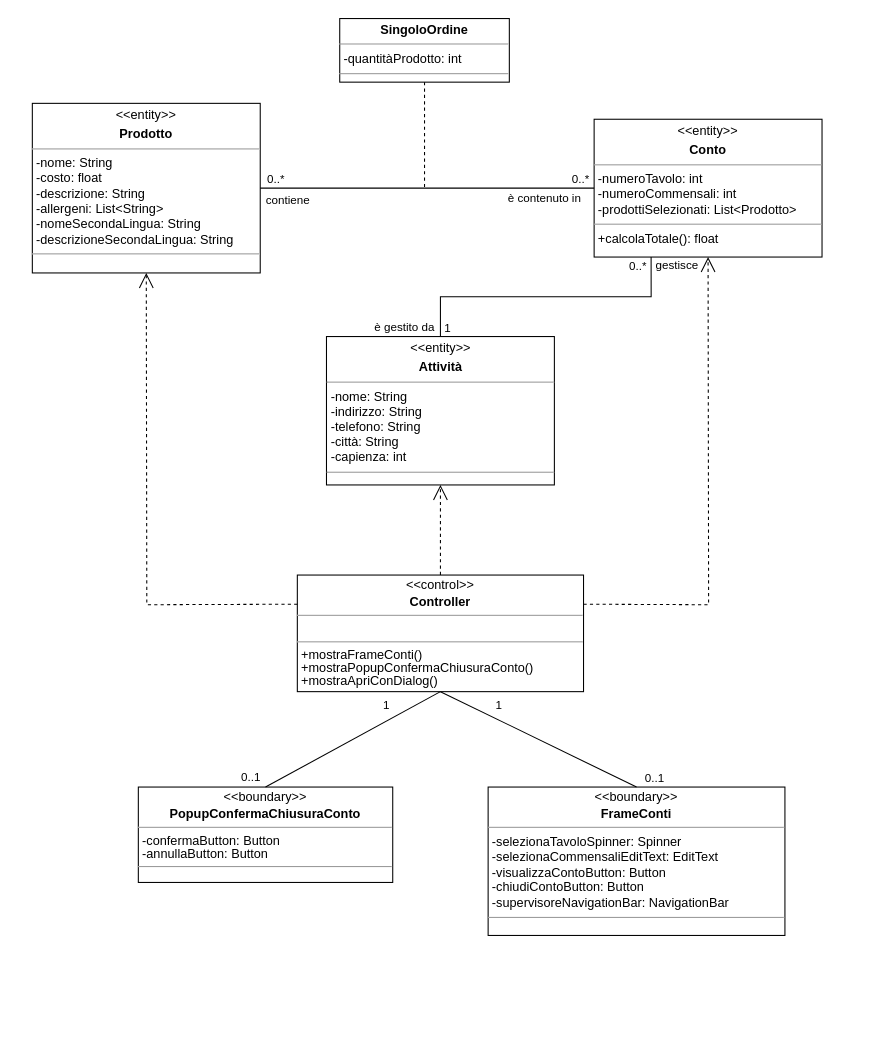
Before: Documentazione/Class Diagram/Analisi/drawio/Analysis Class Diagram - Gestisce Conto.drawio in vittorioruggiero/Progetto-IngSw, a draw.io diagram. Source tidied: cells renumbered, new cells numbered last; positions are measured from the earlier drawing's top-left corner, leaving out a move shared by most shapes. Both pictures are drawn from the tidied source at 106%, with x=0, y=0 at pixel (32, 18).
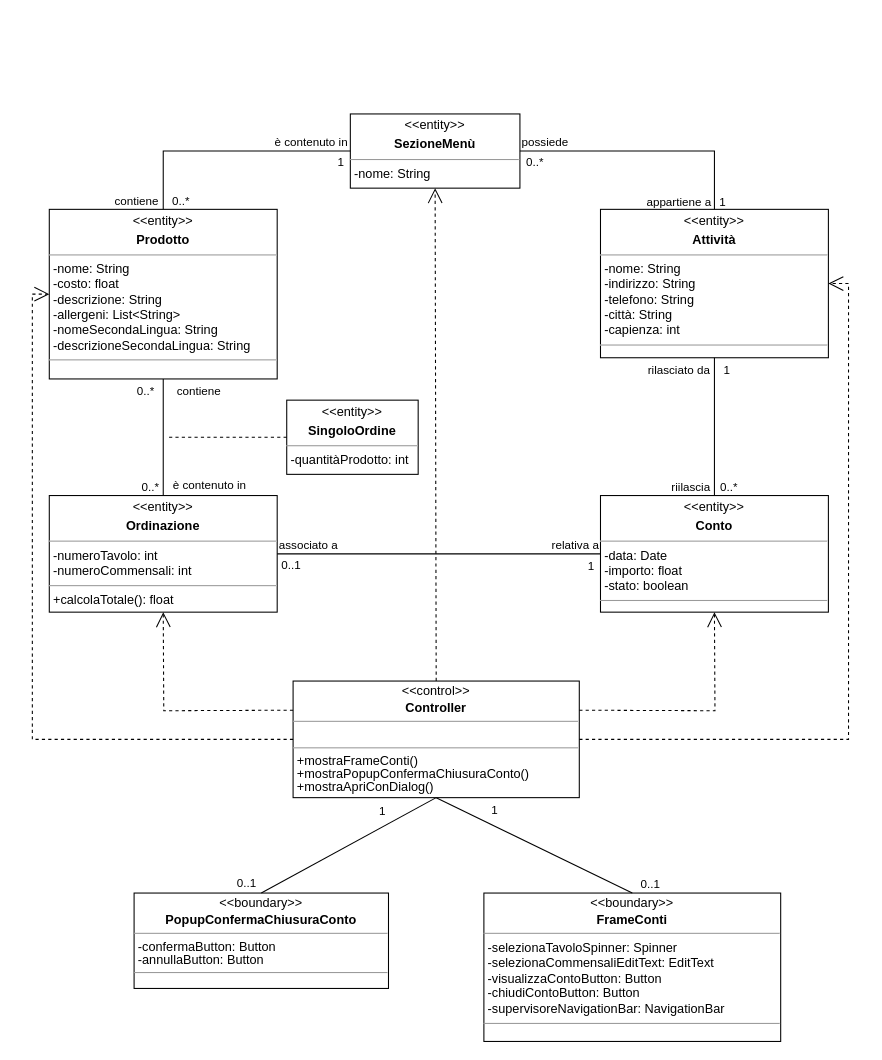
The same diagram, later.

Unchanged cells that the change refers to:
```xml
<mxCell id="8" style="endArrow=none;html=1;rounded=0;entryX=0.5;entryY=1;entryDx=0;entryDy=0;exitX=0.5;exitY=0;exitDx=0;exitDy=0;" parent="1" edge="1" source="2" target="4">
  <mxGeometry relative="1" as="geometry" />
</mxCell>
```

Diff of the diagram source:
```diff
@@
     <mxCell id="2" value="&lt;p style=&quot;margin: 4px 0px 0px; text-align: center; line-height: 100%;&quot;&gt;&amp;lt;&amp;lt;boundary&amp;gt;&amp;gt;&lt;/p&gt;&lt;p style=&quot;margin: 4px 0px 0px; text-align: center; line-height: 100%;&quot;&gt;&lt;b&gt;FrameConti&lt;/b&gt;&lt;/p&gt;&lt;hr size=&quot;1&quot;&gt;&lt;p style=&quot;border-color: var(--border-color); margin: 0px 0px 0px 4px;&quot;&gt;&lt;span style=&quot;background-color: initial;&quot;&gt;-selezionaTavoloSpinner: Spinner&lt;/span&gt;&lt;/p&gt;&lt;p style=&quot;border-color: var(--border-color); margin: 0px 0px 0px 4px;&quot;&gt;-selezionaCommensaliEditText: EditText&lt;/p&gt;&lt;p style=&quot;border-color: var(--border-color); margin: 0px 0px 0px 4px;&quot;&gt;-visualizzaContoButton: Button&lt;/p&gt;&lt;p style=&quot;border-color: var(--border-color); margin: 0px 0px 0px 4px;&quot;&gt;-chiudiContoButton: Button&lt;/p&gt;&lt;p style=&quot;margin:0px;margin-left:4px;&quot;&gt;-supervisoreNavigationBar: NavigationBar&lt;/p&gt;&lt;hr size=&quot;1&quot;&gt;&lt;p style=&quot;margin:0px;margin-left:4px;&quot;&gt;&lt;br&gt;&lt;/p&gt;" style="verticalAlign=top;align=left;overflow=fill;fontSize=12;fontFamily=Helvetica;html=1;spacing=2;" parent="1" vertex="1">
-      <mxGeometry x="430" y="725" width="280" height="140" as="geometry" />
+      <mxGeometry x="426" y="825" width="280" height="140" as="geometry" />
     </mxCell>
     <mxCell id="3" value="&lt;p style=&quot;margin: 4px 0px 0px; text-align: center; line-height: 100%;&quot;&gt;&amp;lt;&amp;lt;boundary&amp;gt;&amp;gt;&lt;/p&gt;&lt;p style=&quot;margin: 4px 0px 0px; text-align: center; line-height: 100%;&quot;&gt;&lt;b&gt;PopupConfermaChiusuraConto&lt;/b&gt;&lt;/p&gt;&lt;hr style=&quot;line-height: 100%;&quot; size=&quot;1&quot;&gt;&lt;p style=&quot;margin: 0px 0px 0px 4px; line-height: 100%;&quot;&gt;&lt;span style=&quot;background-color: initial;&quot;&gt;-confermaButton: Button&lt;/span&gt;&lt;br&gt;&lt;/p&gt;&lt;p style=&quot;margin: 0px 0px 0px 4px; line-height: 100%;&quot;&gt;-annullaButton: Button&lt;/p&gt;&lt;hr style=&quot;line-height: 100%;&quot; size=&quot;1&quot;&gt;&lt;p style=&quot;margin: 0px 0px 0px 4px; line-height: 100%;&quot;&gt;&lt;br&gt;&lt;/p&gt;" style="verticalAlign=top;align=left;overflow=fill;fontSize=12;fontFamily=Helvetica;html=1;" parent="1" vertex="1">
-      <mxGeometry x="100" y="725" width="240" height="90" as="geometry" />
+      <mxGeometry x="96" y="825" width="240" height="90" as="geometry" />
     </mxCell>
     <mxCell id="4" value="&lt;p style=&quot;margin: 4px 0px 0px; text-align: center; line-height: 100%;&quot;&gt;&amp;lt;&amp;lt;control&amp;gt;&amp;gt;&lt;/p&gt;&lt;p style=&quot;margin: 4px 0px 0px; text-align: center; line-height: 100%;&quot;&gt;&lt;b&gt;Controller&lt;/b&gt;&lt;/p&gt;&lt;hr size=&quot;1&quot;&gt;&lt;p style=&quot;margin: 0px 0px 0px 4px; line-height: 100%;&quot;&gt;&lt;br&gt;&lt;/p&gt;&lt;hr size=&quot;1&quot;&gt;&lt;p style=&quot;margin: 0px 0px 0px 4px; line-height: 100%;&quot;&gt;&lt;span style=&quot;background-color: initial;&quot;&gt;+mostraFrameConti()&lt;/span&gt;&lt;br&gt;&lt;/p&gt;&lt;p style=&quot;margin: 0px 0px 0px 4px; line-height: 100%;&quot;&gt;+mostraPopupConfermaChiusuraConto()&lt;/p&gt;&lt;p style=&quot;margin: 0px 0px 0px 4px; line-height: 100%;&quot;&gt;+mostraApriConDialog()&lt;/p&gt;&lt;p style=&quot;margin: 0px 0px 0px 4px; line-height: 100%;&quot;&gt;&lt;br&gt;&lt;/p&gt;" style="verticalAlign=top;align=left;overflow=fill;fontSize=12;fontFamily=Helvetica;html=1;" parent="1" vertex="1">
-      <mxGeometry x="250" y="525" width="270" height="110" as="geometry" />
+      <mxGeometry x="246" y="625" width="270" height="110" as="geometry" />
     </mxCell>
@@
     <mxCell id="10" value="1" style="edgeLabel;html=1;align=center;verticalAlign=middle;" parent="8" vertex="1">
       <mxGeometry x="0.57" relative="1" as="geometry">
-        <mxPoint x="14" y="-7" as="offset" />
+        <mxPoint x="14" y="-8" as="offset" />
       </mxGeometry>
     </mxCell>
-    <mxCell id="11" value="&lt;p style=&quot;text-align: center; margin: 4px 0px 0px;&quot;&gt;&amp;lt;&amp;lt;entity&amp;gt;&amp;gt;&lt;/p&gt;&lt;p style=&quot;text-align: center; margin: 4px 0px 0px;&quot;&gt;&lt;b&gt;Conto&lt;/b&gt;&lt;/p&gt;&lt;hr size=&quot;1&quot;&gt;&lt;p style=&quot;margin:0px;margin-left:4px;&quot;&gt;-numeroTavolo: int&lt;/p&gt;&lt;p style=&quot;margin:0px;margin-left:4px;&quot;&gt;-numeroCommensali: int&lt;/p&gt;&lt;p style=&quot;margin:0px;margin-left:4px;&quot;&gt;-prodottiSelezionati: List&amp;lt;Prodotto&amp;gt;&lt;/p&gt;&lt;hr size=&quot;1&quot;&gt;&lt;p style=&quot;margin:0px;margin-left:4px;&quot;&gt;+calcolaTotale(): float&lt;/p&gt;" style="verticalAlign=top;align=left;overflow=fill;fontSize=12;fontFamily=Helvetica;html=1;" parent="1" vertex="1">
-      <mxGeometry x="530" y="95" width="215" height="130" as="geometry" />
+    <mxCell id="11" value="&lt;p style=&quot;text-align: center; margin: 4px 0px 0px;&quot;&gt;&amp;lt;&amp;lt;entity&amp;gt;&amp;gt;&lt;/p&gt;&lt;p style=&quot;text-align: center; margin: 4px 0px 0px;&quot;&gt;&lt;b&gt;Ordinazione&lt;/b&gt;&lt;/p&gt;&lt;hr size=&quot;1&quot;&gt;&lt;p style=&quot;margin:0px;margin-left:4px;&quot;&gt;-numeroTavolo: int&lt;/p&gt;&lt;p style=&quot;margin:0px;margin-left:4px;&quot;&gt;-numeroCommensali: int&lt;/p&gt;&lt;hr size=&quot;1&quot;&gt;&lt;p style=&quot;margin:0px;margin-left:4px;&quot;&gt;+calcolaTotale(): float&lt;/p&gt;" style="verticalAlign=top;align=left;overflow=fill;fontSize=12;fontFamily=Helvetica;html=1;" parent="1" vertex="1">
+      <mxGeometry x="16" y="450" width="215" height="110" as="geometry" />
     </mxCell>
     <mxCell id="12" value="&lt;p style=&quot;margin:0px;margin-top:4px;text-align:center;&quot;&gt;&amp;lt;&amp;lt;entity&amp;gt;&amp;gt;&lt;/p&gt;&lt;p style=&quot;margin:0px;margin-top:4px;text-align:center;&quot;&gt;&lt;b&gt;Prodotto&lt;/b&gt;&lt;/p&gt;&lt;hr size=&quot;1&quot;&gt;&lt;p style=&quot;margin:0px;margin-left:4px;&quot;&gt;-nome: String&lt;br&gt;&lt;/p&gt;&lt;p style=&quot;margin:0px;margin-left:4px;&quot;&gt;-costo: float&lt;/p&gt;&lt;p style=&quot;margin:0px;margin-left:4px;&quot;&gt;-descrizione: String&lt;/p&gt;&lt;p style=&quot;margin:0px;margin-left:4px;&quot;&gt;-allergeni: List&amp;lt;String&amp;gt;&lt;/p&gt;&lt;p style=&quot;margin:0px;margin-left:4px;&quot;&gt;-nomeSecondaLingua: String&lt;/p&gt;&lt;p style=&quot;margin:0px;margin-left:4px;&quot;&gt;-descrizioneSecondaLingua: String&lt;/p&gt;&lt;hr size=&quot;1&quot;&gt;&lt;p style=&quot;margin:0px;margin-left:4px;&quot;&gt;&lt;br&gt;&lt;/p&gt;" style="verticalAlign=top;align=left;overflow=fill;fontSize=12;fontFamily=Helvetica;html=1;" parent="1" vertex="1">
-      <mxGeometry y="80" width="215" height="160" as="geometry" />
+      <mxGeometry x="16" y="180" width="215" height="160" as="geometry" />
     </mxCell>
-    <mxCell id="13" style="endArrow=none;html=1;edgeStyle=orthogonalEdgeStyle;rounded=0;entryX=0;entryY=0.5;entryDx=0;entryDy=0;exitX=1;exitY=0.5;exitDx=0;exitDy=0;" parent="1" edge="1" source="12" target="11">
+    <mxCell id="13" style="endArrow=none;html=1;edgeStyle=orthogonalEdgeStyle;rounded=0;entryX=0.5;entryY=0;entryDx=0;entryDy=0;exitX=0.5;exitY=1;exitDx=0;exitDy=0;" parent="1" edge="1" source="12" target="11">
       <mxGeometry relative="1" as="geometry" />
     </mxCell>
     <mxCell id="14" value="0..*" style="edgeLabel;html=1;align=left;verticalAlign=bottom;labelBackgroundColor=none;" parent="13" vertex="1">
       <mxGeometry x="-1" relative="1" as="geometry">
-        <mxPoint x="5" as="offset" />
+        <mxPoint x="-27" y="20" as="offset" />
       </mxGeometry>
     </mxCell>
@@
     <mxCell id="16" value="contiene" style="edgeLabel;html=1;align=center;verticalAlign=middle;" parent="13" vertex="1">
       <mxGeometry x="-0.27" relative="1" as="geometry">
-        <mxPoint x="-90" y="10" as="offset" />
+        <mxPoint x="33" y="-29" as="offset" />
       </mxGeometry>
     </mxCell>
     <mxCell id="17" value="è contenuto in" style="edgeLabel;html=1;align=center;verticalAlign=middle;" parent="13" vertex="1">
       <mxGeometry x="0.68" y="-1" relative="1" as="geometry">
-        <mxPoint x="2" y="8" as="offset" />
+        <mxPoint x="44" y="7" as="offset" />
       </mxGeometry>
     </mxCell>
-    <mxCell id="18" value="&lt;p style=&quot;margin:0px;margin-top:4px;text-align:center;&quot;&gt;&lt;b&gt;SingoloOrdine&lt;/b&gt;&lt;/p&gt;&lt;hr size=&quot;1&quot;&gt;&lt;p style=&quot;margin:0px;margin-left:4px;&quot;&gt;-quantitàProdotto: int&lt;/p&gt;&lt;hr size=&quot;1&quot;&gt;&lt;p style=&quot;margin:0px;margin-left:4px;&quot;&gt;&lt;br&gt;&lt;/p&gt;" style="verticalAlign=top;align=left;overflow=fill;fontSize=12;fontFamily=Helvetica;html=1;labelBackgroundColor=none;" parent="1" vertex="1">
-      <mxGeometry x="290" width="160" height="60" as="geometry" />
+    <mxCell id="18" value="&lt;p style=&quot;margin:0px;margin-top:4px;text-align:center;&quot;&gt;&amp;lt;&amp;lt;entity&amp;gt;&amp;gt;&lt;/p&gt;&lt;p style=&quot;margin:0px;margin-top:4px;text-align:center;&quot;&gt;&lt;b&gt;SingoloOrdine&lt;/b&gt;&lt;/p&gt;&lt;hr size=&quot;1&quot;&gt;&lt;p style=&quot;margin:0px;margin-left:4px;&quot;&gt;-quantitàProdotto: int&lt;/p&gt;&lt;hr size=&quot;1&quot;&gt;&lt;p style=&quot;margin:0px;margin-left:4px;&quot;&gt;&lt;br&gt;&lt;/p&gt;" style="verticalAlign=top;align=left;overflow=fill;fontSize=12;fontFamily=Helvetica;html=1;labelBackgroundColor=none;" parent="1" vertex="1">
+      <mxGeometry x="240" y="360" width="124" height="70" as="geometry" />
     </mxCell>
-    <mxCell id="19" style="endArrow=none;html=1;rounded=0;dashed=1;exitX=0.5;exitY=1;exitDx=0;exitDy=0;" parent="1" edge="1" source="18">
+    <mxCell id="19" style="endArrow=none;html=1;rounded=0;dashed=1;exitX=0;exitY=0.5;exitDx=0;exitDy=0;" parent="1" edge="1" source="18">
       <mxGeometry relative="1" as="geometry">
-        <mxPoint x="370" y="160" as="targetPoint" />
+        <mxPoint x="126" y="395" as="targetPoint" />
       </mxGeometry>
     </mxCell>
+    <mxCell id="22" value="&lt;p style=&quot;margin:0px;margin-top:4px;text-align:center;&quot;&gt;&amp;lt;&amp;lt;entity&amp;gt;&amp;gt;&lt;/p&gt;&lt;p style=&quot;margin:0px;margin-top:4px;text-align:center;&quot;&gt;&lt;b&gt;Attività&lt;/b&gt;&lt;/p&gt;&lt;hr size=&quot;1&quot;&gt;&lt;p style=&quot;margin:0px;margin-left:4px;&quot;&gt;-nome: String&lt;br&gt;&lt;/p&gt;&lt;p style=&quot;margin:0px;margin-left:4px;&quot;&gt;-indirizzo: String&lt;/p&gt;&lt;p style=&quot;margin:0px;margin-left:4px;&quot;&gt;-telefono: String&lt;/p&gt;&lt;p style=&quot;margin:0px;margin-left:4px;&quot;&gt;-città: String&lt;/p&gt;&lt;p style=&quot;margin:0px;margin-left:4px;&quot;&gt;-capienza: int&lt;/p&gt;&lt;hr size=&quot;1&quot;&gt;&lt;p style=&quot;margin:0px;margin-left:4px;&quot;&gt;&lt;br&gt;&lt;/p&gt;" style="verticalAlign=top;align=left;overflow=fill;fontSize=12;fontFamily=Helvetica;html=1;" parent="1" vertex="1">
+      <mxGeometry x="536" y="180" width="215" height="140" as="geometry" />
+    </mxCell>
+    <mxCell id="29" value="&lt;p style=&quot;text-align: center; margin: 4px 0px 0px;&quot;&gt;&amp;lt;&amp;lt;entity&amp;gt;&amp;gt;&lt;/p&gt;&lt;p style=&quot;text-align: center; margin: 4px 0px 0px;&quot;&gt;&lt;b&gt;Conto&lt;/b&gt;&lt;/p&gt;&lt;hr size=&quot;1&quot;&gt;&lt;p style=&quot;margin:0px;margin-left:4px;&quot;&gt;-data: Date&lt;/p&gt;&lt;p style=&quot;margin:0px;margin-left:4px;&quot;&gt;-importo: float&lt;/p&gt;&lt;p style=&quot;margin:0px;margin-left:4px;&quot;&gt;-stato: boolean&lt;/p&gt;&lt;hr size=&quot;1&quot;&gt;&lt;p style=&quot;margin:0px;margin-left:4px;&quot;&gt;&lt;br&gt;&lt;/p&gt;" style="verticalAlign=top;align=left;overflow=fill;fontSize=12;fontFamily=Helvetica;html=1;" parent="1" vertex="1">
+      <mxGeometry x="536" y="450" width="215" height="110" as="geometry" />
+    </mxCell>
+    <mxCell id="30" style="endArrow=none;html=1;edgeStyle=orthogonalEdgeStyle;rounded=0;exitX=1;exitY=0.5;exitDx=0;exitDy=0;entryX=0;entryY=0.5;entryDx=0;entryDy=0;" parent="1" edge="1" source="11" target="29">
+      <mxGeometry relative="1" as="geometry" />
+    </mxCell>
+    <mxCell id="31" value="associato a" style="edgeLabel;html=1;align=left;verticalAlign=bottom;labelBackgroundColor=none;" parent="30" vertex="1">
+      <mxGeometry x="-1" relative="1" as="geometry" />
+    </mxCell>
+    <mxCell id="32" value="relativa a" style="edgeLabel;html=1;align=right;verticalAlign=bottom;labelBackgroundColor=none;" parent="30" vertex="1">
+      <mxGeometry x="1" relative="1" as="geometry">
+        <mxPoint x="-1" as="offset" />
+      </mxGeometry>
+    </mxCell>
+    <mxCell id="33" value="0..1" style="edgeLabel;html=1;align=center;verticalAlign=middle;labelBackgroundColor=none;" parent="30" vertex="1">
+      <mxGeometry x="-0.14" y="1" relative="1" as="geometry">
+        <mxPoint x="-119" y="11" as="offset" />
+      </mxGeometry>
+    </mxCell>
+    <mxCell id="34" value="1" style="edgeLabel;html=1;align=center;verticalAlign=middle;labelBackgroundColor=none;" parent="30" vertex="1">
+      <mxGeometry x="0.07" y="-2" relative="1" as="geometry">
+        <mxPoint x="132" y="9" as="offset" />
+      </mxGeometry>
+    </mxCell>
+    <mxCell id="35" style="endArrow=none;html=1;edgeStyle=orthogonalEdgeStyle;rounded=0;exitX=0.5;exitY=1;exitDx=0;exitDy=0;entryX=0.5;entryY=0;entryDx=0;entryDy=0;" parent="1" edge="1" source="22" target="29">
+      <mxGeometry relative="1" as="geometry" />
+    </mxCell>
+    <mxCell id="36" value="rilasciato da" style="edgeLabel;html=1;align=left;verticalAlign=bottom;labelBackgroundColor=none;" parent="35" vertex="1">
+      <mxGeometry x="-1" relative="1" as="geometry">
+        <mxPoint x="-65" y="20" as="offset" />
+      </mxGeometry>
+    </mxCell>
+    <mxCell id="37" value="riilascia" style="edgeLabel;html=1;align=right;verticalAlign=bottom;labelBackgroundColor=none;" parent="35" vertex="1">
+      <mxGeometry x="1" relative="1" as="geometry">
+        <mxPoint x="-4" as="offset" />
+      </mxGeometry>
+    </mxCell>
+    <mxCell id="38" value="0..*" style="edgeLabel;html=1;align=center;verticalAlign=middle;labelBackgroundColor=none;" parent="35" vertex="1">
+      <mxGeometry x="-0.25" y="-1" relative="1" as="geometry">
+        <mxPoint x="14" y="72" as="offset" />
+      </mxGeometry>
+    </mxCell>
+    <mxCell id="39" value="1" style="edgeLabel;html=1;align=center;verticalAlign=middle;labelBackgroundColor=none;" parent="35" vertex="1">
+      <mxGeometry x="-0.17" y="-1" relative="1" as="geometry">
+        <mxPoint x="12" y="-43" as="offset" />
+      </mxGeometry>
+    </mxCell>
+    <mxCell id="40" value="&lt;p style=&quot;margin:0px;margin-top:4px;text-align:center;&quot;&gt;&amp;lt;&amp;lt;entity&amp;gt;&amp;gt;&lt;/p&gt;&lt;p style=&quot;margin:0px;margin-top:4px;text-align:center;&quot;&gt;&lt;b&gt;SezioneMenù&lt;/b&gt;&lt;/p&gt;&lt;hr size=&quot;1&quot;&gt;&lt;p style=&quot;margin:0px;margin-left:4px;&quot;&gt;-nome: String&lt;/p&gt;&lt;hr size=&quot;1&quot;&gt;&lt;p style=&quot;margin:0px;margin-left:4px;&quot;&gt;&lt;br&gt;&lt;/p&gt;" style="verticalAlign=top;align=left;overflow=fill;fontSize=12;fontFamily=Helvetica;html=1;labelBackgroundColor=none;" parent="1" vertex="1">
+      <mxGeometry x="300" y="90" width="160" height="70" as="geometry" />
+    </mxCell>
+    <mxCell id="41" style="endArrow=none;html=1;edgeStyle=orthogonalEdgeStyle;rounded=0;exitX=0.5;exitY=0;exitDx=0;exitDy=0;entryX=0;entryY=0.5;entryDx=0;entryDy=0;" parent="1" edge="1" source="12" target="40">
+      <mxGeometry relative="1" as="geometry" />
+    </mxCell>
+    <mxCell id="42" value="contiene" style="edgeLabel;html=1;align=left;verticalAlign=bottom;labelBackgroundColor=none;" parent="41" vertex="1">
+      <mxGeometry x="-1" relative="1" as="geometry">
+        <mxPoint x="-48" as="offset" />
+      </mxGeometry>
+    </mxCell>
+    <mxCell id="43" value="è contenuto in" style="edgeLabel;html=1;align=right;verticalAlign=bottom;labelBackgroundColor=none;" parent="41" vertex="1">
+      <mxGeometry x="1" relative="1" as="geometry">
+        <mxPoint x="-3" as="offset" />
+      </mxGeometry>
+    </mxCell>
+    <mxCell id="44" value="0..*" style="edgeLabel;html=1;align=center;verticalAlign=middle;labelBackgroundColor=none;" parent="41" vertex="1">
+      <mxGeometry x="-0.64" y="-1" relative="1" as="geometry">
+        <mxPoint x="15" y="33" as="offset" />
+      </mxGeometry>
+    </mxCell>
+    <mxCell id="45" value="1" style="edgeLabel;html=1;align=center;verticalAlign=middle;labelBackgroundColor=none;" parent="41" vertex="1">
+      <mxGeometry x="-0.11" y="1" relative="1" as="geometry">
+        <mxPoint x="119" y="11" as="offset" />
+      </mxGeometry>
+    </mxCell>
+    <mxCell id="46" style="endArrow=none;html=1;edgeStyle=orthogonalEdgeStyle;rounded=0;exitX=1;exitY=0.5;exitDx=0;exitDy=0;entryX=0.5;entryY=0;entryDx=0;entryDy=0;" parent="1" edge="1" source="40" target="22">
+      <mxGeometry relative="1" as="geometry" />
+    </mxCell>
+    <mxCell id="47" value="possiede" style="edgeLabel;html=1;align=left;verticalAlign=bottom;labelBackgroundColor=none;" parent="46" vertex="1">
+      <mxGeometry x="-1" relative="1" as="geometry" />
+    </mxCell>
+    <mxCell id="48" value="appartiene a" style="edgeLabel;html=1;align=right;verticalAlign=bottom;labelBackgroundColor=none;" parent="46" vertex="1">
+      <mxGeometry x="1" relative="1" as="geometry">
+        <mxPoint x="-3" as="offset" />
+      </mxGeometry>
+    </mxCell>
+    <mxCell id="49" value="0..*" style="edgeLabel;html=1;align=center;verticalAlign=middle;labelBackgroundColor=none;" parent="46" vertex="1">
+      <mxGeometry x="-0.03" y="-1" relative="1" as="geometry">
+        <mxPoint x="-103" y="9" as="offset" />
+      </mxGeometry>
+    </mxCell>
+    <mxCell id="50" value="1" style="edgeLabel;html=1;align=center;verticalAlign=middle;labelBackgroundColor=none;" parent="46" vertex="1">
+      <mxGeometry x="-0.05" y="1" relative="1" as="geometry">
+        <mxPoint x="77" y="48" as="offset" />
+      </mxGeometry>
+    </mxCell>
-    <mxCell id="20" style="endArrow=open;endSize=12;dashed=1;html=1;rounded=0;exitX=1;exitY=0.25;exitDx=0;exitDy=0;entryX=0.5;entryY=1;entryDx=0;entryDy=0;" parent="1" edge="1" source="4" target="11">
+    <mxCell id="20" style="endArrow=open;endSize=12;dashed=1;html=1;rounded=0;exitX=0;exitY=0.25;exitDx=0;exitDy=0;entryX=0.5;entryY=1;entryDx=0;entryDy=0;" parent="1" edge="1" source="4" target="11">
       <mxGeometry relative="1" as="geometry">
         <Array as="points">
-          <mxPoint x="638" y="553" />
+          <mxPoint x="124" y="653" />
         </Array>
       </mxGeometry>
     </mxCell>
+    <mxCell id="51" style="endArrow=open;endSize=12;dashed=1;html=1;rounded=0;exitX=1;exitY=0.25;exitDx=0;exitDy=0;entryX=0.5;entryY=1;entryDx=0;entryDy=0;" parent="1" edge="1" source="4" target="29">
+      <mxGeometry relative="1" as="geometry">
+        <Array as="points">
+          <mxPoint x="644" y="653" />
+        </Array>
+      </mxGeometry>
+    </mxCell>
-    <mxCell id="21" style="endArrow=open;endSize=12;dashed=1;html=1;rounded=0;exitX=0;exitY=0.25;exitDx=0;exitDy=0;entryX=0.5;entryY=1;entryDx=0;entryDy=0;" parent="1" edge="1" source="4" target="12">
+    <mxCell id="21" style="endArrow=open;endSize=12;dashed=1;html=1;rounded=0;exitX=0;exitY=0.5;exitDx=0;exitDy=0;entryX=0;entryY=0.5;entryDx=0;entryDy=0;" parent="1" edge="1" source="4" target="12">
       <mxGeometry relative="1" as="geometry">
         <Array as="points">
-          <mxPoint x="108" y="553" />
+          <mxPoint y="680" />
+          <mxPoint y="260" />
         </Array>
       </mxGeometry>
     </mxCell>
-    <mxCell id="22" value="&lt;p style=&quot;margin:0px;margin-top:4px;text-align:center;&quot;&gt;&amp;lt;&amp;lt;entity&amp;gt;&amp;gt;&lt;/p&gt;&lt;p style=&quot;margin:0px;margin-top:4px;text-align:center;&quot;&gt;&lt;b&gt;Attività&lt;/b&gt;&lt;/p&gt;&lt;hr size=&quot;1&quot;&gt;&lt;p style=&quot;margin:0px;margin-left:4px;&quot;&gt;-nome: String&lt;br&gt;&lt;/p&gt;&lt;p style=&quot;margin:0px;margin-left:4px;&quot;&gt;-indirizzo: String&lt;/p&gt;&lt;p style=&quot;margin:0px;margin-left:4px;&quot;&gt;-telefono: String&lt;/p&gt;&lt;p style=&quot;margin:0px;margin-left:4px;&quot;&gt;-città: String&lt;/p&gt;&lt;p style=&quot;margin:0px;margin-left:4px;&quot;&gt;-capienza: int&lt;/p&gt;&lt;hr size=&quot;1&quot;&gt;&lt;p style=&quot;margin:0px;margin-left:4px;&quot;&gt;&lt;br&gt;&lt;/p&gt;" style="verticalAlign=top;align=left;overflow=fill;fontSize=12;fontFamily=Helvetica;html=1;" parent="1" vertex="1">
-      <mxGeometry x="277.5" y="300" width="215" height="140" as="geometry" />
-    </mxCell>
-    <mxCell id="23" style="endArrow=open;endSize=12;dashed=1;html=1;rounded=0;exitX=0.5;exitY=0;exitDx=0;exitDy=0;entryX=0.5;entryY=1;entryDx=0;entryDy=0;" parent="1" edge="1" source="4" target="22">
-      <mxGeometry relative="1" as="geometry" />
+    <mxCell id="23" style="endArrow=open;endSize=12;dashed=1;html=1;rounded=0;exitX=1;exitY=0.5;exitDx=0;exitDy=0;entryX=1;entryY=0.5;entryDx=0;entryDy=0;" parent="1" edge="1" source="4" target="22">
+      <mxGeometry relative="1" as="geometry">
+        <Array as="points">
+          <mxPoint x="770" y="680" />
+          <mxPoint x="770" y="250" />
+        </Array>
+      </mxGeometry>
     </mxCell>
-    <mxCell id="24" style="endArrow=none;html=1;edgeStyle=orthogonalEdgeStyle;rounded=0;exitX=0.5;exitY=0;exitDx=0;exitDy=0;entryX=0.25;entryY=1;entryDx=0;entryDy=0;" parent="1" edge="1" source="22" target="11">
-      <mxGeometry relative="1" as="geometry" />
-    </mxCell>
-    <mxCell id="25" value="1" style="edgeLabel;html=1;align=left;verticalAlign=bottom;labelBackgroundColor=none;" parent="24" vertex="1">
-      <mxGeometry x="-1" relative="1" as="geometry">
-        <mxPoint x="2" as="offset" />
-      </mxGeometry>
-    </mxCell>
-    <mxCell id="26" value="0..*" style="edgeLabel;html=1;align=right;verticalAlign=bottom;labelBackgroundColor=none;" parent="24" vertex="1">
-      <mxGeometry x="1" relative="1" as="geometry">
-        <mxPoint x="-4" y="17" as="offset" />
-      </mxGeometry>
-    </mxCell>
-    <mxCell id="27" value="gestisce" style="edgeLabel;html=1;align=center;verticalAlign=middle;labelBackgroundColor=none;" parent="24" vertex="1">
-      <mxGeometry x="-0.11" y="5" relative="1" as="geometry">
-        <mxPoint x="138" y="-25" as="offset" />
-      </mxGeometry>
-    </mxCell>
-    <mxCell id="28" value="è gestito da" style="edgeLabel;html=1;align=center;verticalAlign=middle;labelBackgroundColor=none;" parent="24" vertex="1">
-      <mxGeometry x="-0.45" y="3" relative="1" as="geometry">
-        <mxPoint x="-72" y="31" as="offset" />
-      </mxGeometry>
-    </mxCell>
+    <mxCell id="52" style="endArrow=open;endSize=12;dashed=1;html=1;rounded=0;exitX=0.5;exitY=0;exitDx=0;exitDy=0;entryX=0.5;entryY=1;entryDx=0;entryDy=0;" parent="1" edge="1" source="4" target="40">
+      <mxGeometry relative="1" as="geometry" />
+    </mxCell>
```
